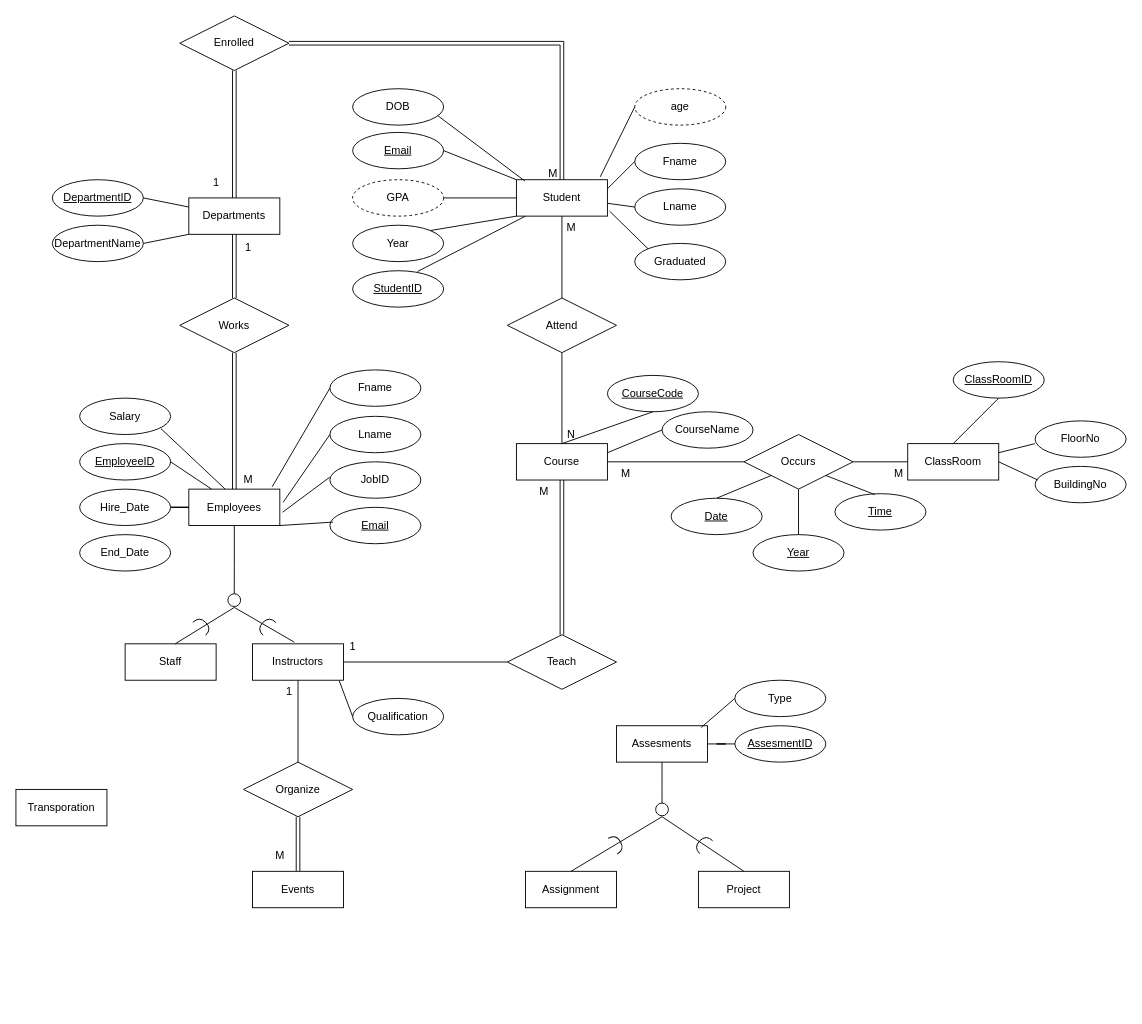
Before: FacultyERD.drawio in seiffmohamedd/University_DBMS, a draw.io diagram. Source tidied: cells renumbered, new cells numbered last; positions are measured from the earlier drawing's top-left corner, leaving out a move shared by most shapes. Both pictures are drawn from the tidied source at 91%, with x=0, y=0 at pixel (15, 15).
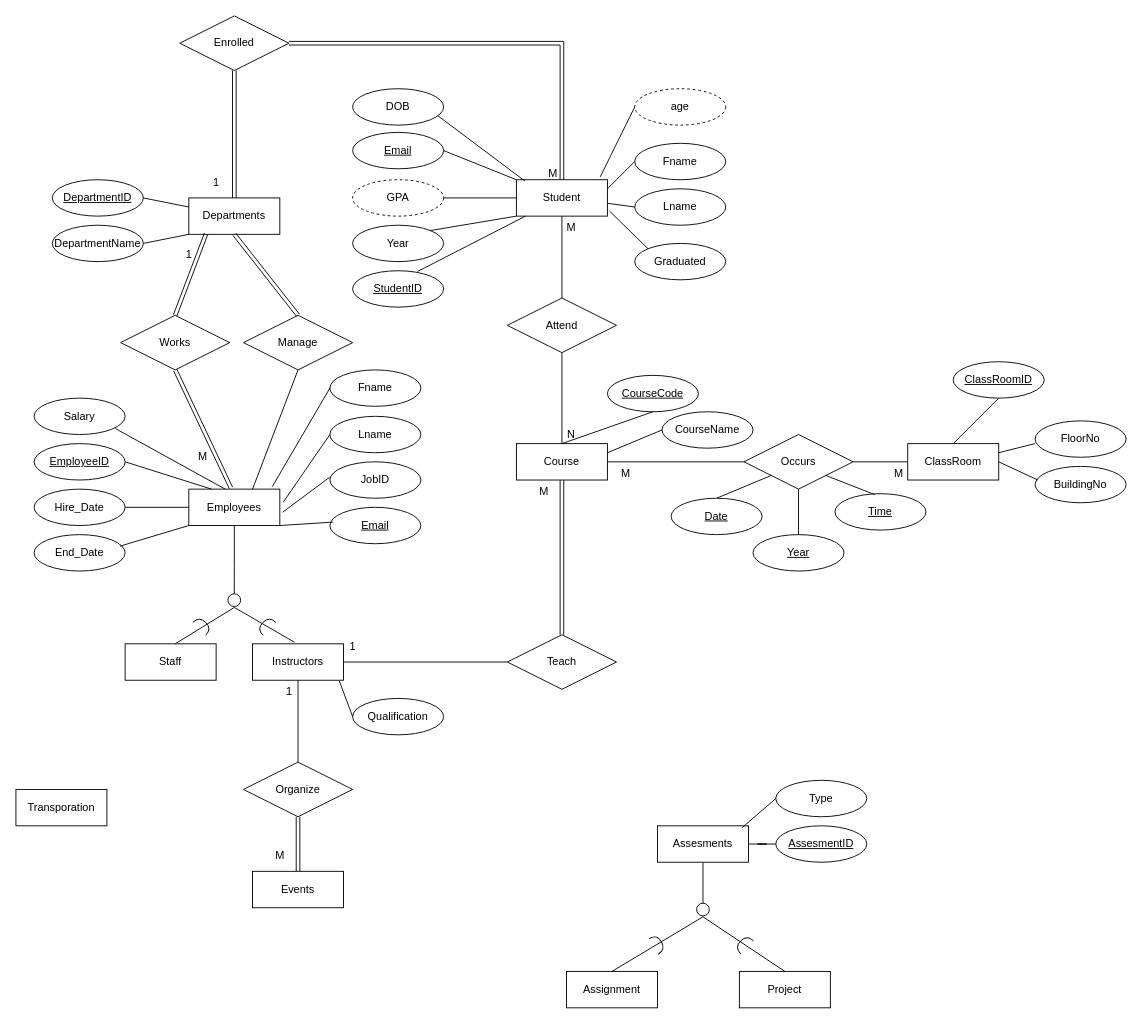
The same diagram, later.

Commit message (it also covers changes not shown here):
ERD , Documentation In progress

Unchanged cells that the change refers to:
```xml
<mxCell id="11" value="Employees" style="whiteSpace=wrap;html=1;align=center;" parent="1" vertex="1">
  <mxGeometry x="190" y="520" width="100" height="40" as="geometry" />
</mxCell>
<mxCell id="17" value="Departments" style="whiteSpace=wrap;html=1;align=center;" parent="1" vertex="1">
  <mxGeometry x="190" y="200" width="100" height="40" as="geometry" />
</mxCell>
```

Change to the diagram source:
```diff
@@
     <mxCell id="2" value="Assignment" style="whiteSpace=wrap;html=1;align=center;" parent="1" vertex="1">
-      <mxGeometry x="560" y="940" width="100" height="40" as="geometry" />
+      <mxGeometry x="605" y="1050" width="100" height="40" as="geometry" />
     </mxCell>
     <mxCell id="3" value="Project" style="whiteSpace=wrap;html=1;align=center;" parent="1" vertex="1">
-      <mxGeometry x="750" y="940" width="100" height="40" as="geometry" />
+      <mxGeometry x="795" y="1050" width="100" height="40" as="geometry" />
     </mxCell>
@@
     <mxCell id="5" style="edgeStyle=orthogonalEdgeStyle;rounded=0;jettySize=auto;html=1;endArrow=circle;endFill=0;" parent="1" edge="1" source="6">
       <mxGeometry relative="1" as="geometry">
-        <mxPoint x="710" y="880" as="targetPoint" />
+        <mxPoint x="755" y="990" as="targetPoint" />
       </mxGeometry>
     </mxCell>
     <mxCell id="6" value="Assesments" style="whiteSpace=wrap;html=1;align=center;" parent="1" vertex="1">
-      <mxGeometry x="660" y="780" width="100" height="40" as="geometry" />
+      <mxGeometry x="705" y="890" width="100" height="40" as="geometry" />
     </mxCell>
@@
-    <mxCell id="9" style="edgeStyle=orthogonalEdgeStyle;rounded=0;jettySize=auto;html=1;entryX=0.5;entryY=1;entryDx=0;entryDy=0;endArrow=none;endFill=0;shape=link;" parent="1" edge="1" source="11" target="36">
-      <mxGeometry relative="1" as="geometry" />
-    </mxCell>
@@
     <mxCell id="18" value="&lt;u&gt;EmployeeID&lt;/u&gt;" style="ellipse;whiteSpace=wrap;html=1;align=center;" parent="1" vertex="1">
-      <mxGeometry x="70" y="470" width="100" height="40" as="geometry" />
+      <mxGeometry x="20" y="470" width="100" height="40" as="geometry" />
     </mxCell>
@@
     <mxCell id="34" value="Hire_Date" style="ellipse;whiteSpace=wrap;html=1;align=center;" parent="1" vertex="1">
-      <mxGeometry x="70" y="520" width="100" height="40" as="geometry" />
+      <mxGeometry x="20" y="520" width="100" height="40" as="geometry" />
     </mxCell>
-    <mxCell id="35" style="edgeStyle=orthogonalEdgeStyle;rounded=0;jettySize=auto;html=1;exitX=0.5;exitY=0;exitDx=0;exitDy=0;endArrow=none;endFill=0;shape=link;" parent="1" edge="1" source="36" target="17">
-      <mxGeometry relative="1" as="geometry" />
-    </mxCell>
     <mxCell id="36" value="Works" style="shape=rhombus;perimeter=rhombusPerimeter;whiteSpace=wrap;html=1;align=center;" parent="1" vertex="1">
-      <mxGeometry x="180" y="310" width="120" height="60" as="geometry" />
+      <mxGeometry x="115" y="329" width="120" height="60" as="geometry" />
     </mxCell>
     <mxCell id="37" value="M" style="text;html=1;align=center;verticalAlign=middle;strokeColor=none;fillColor=none;" parent="1" vertex="1">
-      <mxGeometry x="240" y="495" width="30" height="30" as="geometry" />
+      <mxGeometry x="190" y="470" width="30" height="30" as="geometry" />
     </mxCell>
     <mxCell id="38" value="1" style="text;html=1;align=center;verticalAlign=middle;strokeColor=none;fillColor=none;" parent="1" vertex="1">
-      <mxGeometry x="240" y="240" width="30" height="30" as="geometry" />
+      <mxGeometry x="175" y="248" width="30" height="30" as="geometry" />
     </mxCell>
@@
     <mxCell id="64" value="Salary" style="ellipse;whiteSpace=wrap;html=1;align=center;" parent="1" vertex="1">
-      <mxGeometry x="70" y="420" width="100" height="40" as="geometry" />
+      <mxGeometry x="20" y="420" width="100" height="40" as="geometry" />
     </mxCell>
@@
     <mxCell id="66" value="End_Date" style="ellipse;whiteSpace=wrap;html=1;align=center;" parent="1" vertex="1">
-      <mxGeometry x="70" y="570" width="100" height="40" as="geometry" />
+      <mxGeometry x="20" y="570" width="100" height="40" as="geometry" />
     </mxCell>
@@
     <mxCell id="95" value="AssesmentID" style="ellipse;whiteSpace=wrap;html=1;align=center;fontStyle=4;" parent="1" vertex="1">
-      <mxGeometry x="790" y="780" width="100" height="40" as="geometry" />
+      <mxGeometry x="835" y="890" width="100" height="40" as="geometry" />
     </mxCell>
     <mxCell id="96" value="Type" style="ellipse;whiteSpace=wrap;html=1;align=center;" parent="1" vertex="1">
-      <mxGeometry x="790" y="730" width="100" height="40" as="geometry" />
+      <mxGeometry x="835" y="840" width="100" height="40" as="geometry" />
     </mxCell>
@@
     <mxCell id="98" style="endArrow=none;html=1;rounded=0;" parent="1" edge="1">
       <mxGeometry relative="1" as="geometry">
-        <mxPoint x="610" y="940" as="sourcePoint" />
-        <mxPoint x="710" y="880" as="targetPoint" />
+        <mxPoint x="655" y="1050" as="sourcePoint" />
+        <mxPoint x="755" y="990" as="targetPoint" />
       </mxGeometry>
     </mxCell>
     <mxCell id="99" style="endArrow=none;html=1;rounded=0;entryX=0.5;entryY=0;entryDx=0;entryDy=0;" parent="1" edge="1" target="3">
       <mxGeometry relative="1" as="geometry">
-        <mxPoint x="710" y="880" as="sourcePoint" />
+        <mxPoint x="755" y="990" as="sourcePoint" />
       </mxGeometry>
     </mxCell>
@@
     <mxCell id="102" style="shape=requiredInterface;html=1;verticalLabelPosition=bottom;sketch=0;rotation=-30;" parent="1" vertex="1">
-      <mxGeometry x="655" y="900" width="10" height="20" as="geometry" />
+      <mxGeometry x="700" y="1010" width="10" height="20" as="geometry" />
     </mxCell>
     <mxCell id="103" style="shape=requiredInterface;html=1;verticalLabelPosition=bottom;sketch=0;rotation=-135;" parent="1" vertex="1">
-      <mxGeometry x="750" y="900" width="10" height="20" as="geometry" />
+      <mxGeometry x="795" y="1010" width="10" height="20" as="geometry" />
     </mxCell>
@@
+    <mxCell id="113" style="endArrow=none;html=1;rounded=0;exitX=0.943;exitY=0.317;exitDx=0;exitDy=0;exitPerimeter=0;entryX=0;entryY=1;entryDx=0;entryDy=0;" parent="1" edge="1" source="66" target="11">
+      <mxGeometry relative="1" as="geometry" />
+    </mxCell>
+    <mxCell id="114" style="endArrow=none;html=1;rounded=0;exitX=0.5;exitY=1;exitDx=0;exitDy=0;entryX=0.463;entryY=-0.033;entryDx=0;entryDy=0;entryPerimeter=0;shape=link;" parent="1" edge="1" source="36" target="11">
+      <mxGeometry relative="1" as="geometry" />
+    </mxCell>
+    <mxCell id="35" style="endArrow=none;html=1;rounded=0;exitX=0.5;exitY=0;exitDx=0;exitDy=0;entryX=0.19;entryY=0.983;entryDx=0;entryDy=0;entryPerimeter=0;shape=link;" parent="1" edge="1" source="36" target="17">
+      <mxGeometry relative="1" as="geometry" />
+    </mxCell>
+    <mxCell id="115" style="endArrow=none;html=1;rounded=0;exitX=0.7;exitY=0;exitDx=0;exitDy=0;exitPerimeter=0;entryX=0.5;entryY=1;entryDx=0;entryDy=0;" parent="1" edge="1" source="11" target="116">
+      <mxGeometry relative="1" as="geometry" />
+    </mxCell>
+    <mxCell id="116" value="Manage" style="shape=rhombus;perimeter=rhombusPerimeter;whiteSpace=wrap;html=1;align=center;" parent="1" vertex="1">
+      <mxGeometry x="250" y="329" width="120" height="60" as="geometry" />
+    </mxCell>
+    <mxCell id="117" style="endArrow=none;html=1;rounded=0;exitX=0.5;exitY=1;exitDx=0;exitDy=0;entryX=0.5;entryY=0;entryDx=0;entryDy=0;shape=link;" parent="1" edge="1" source="17" target="116">
+      <mxGeometry relative="1" as="geometry" />
+    </mxCell>
```
